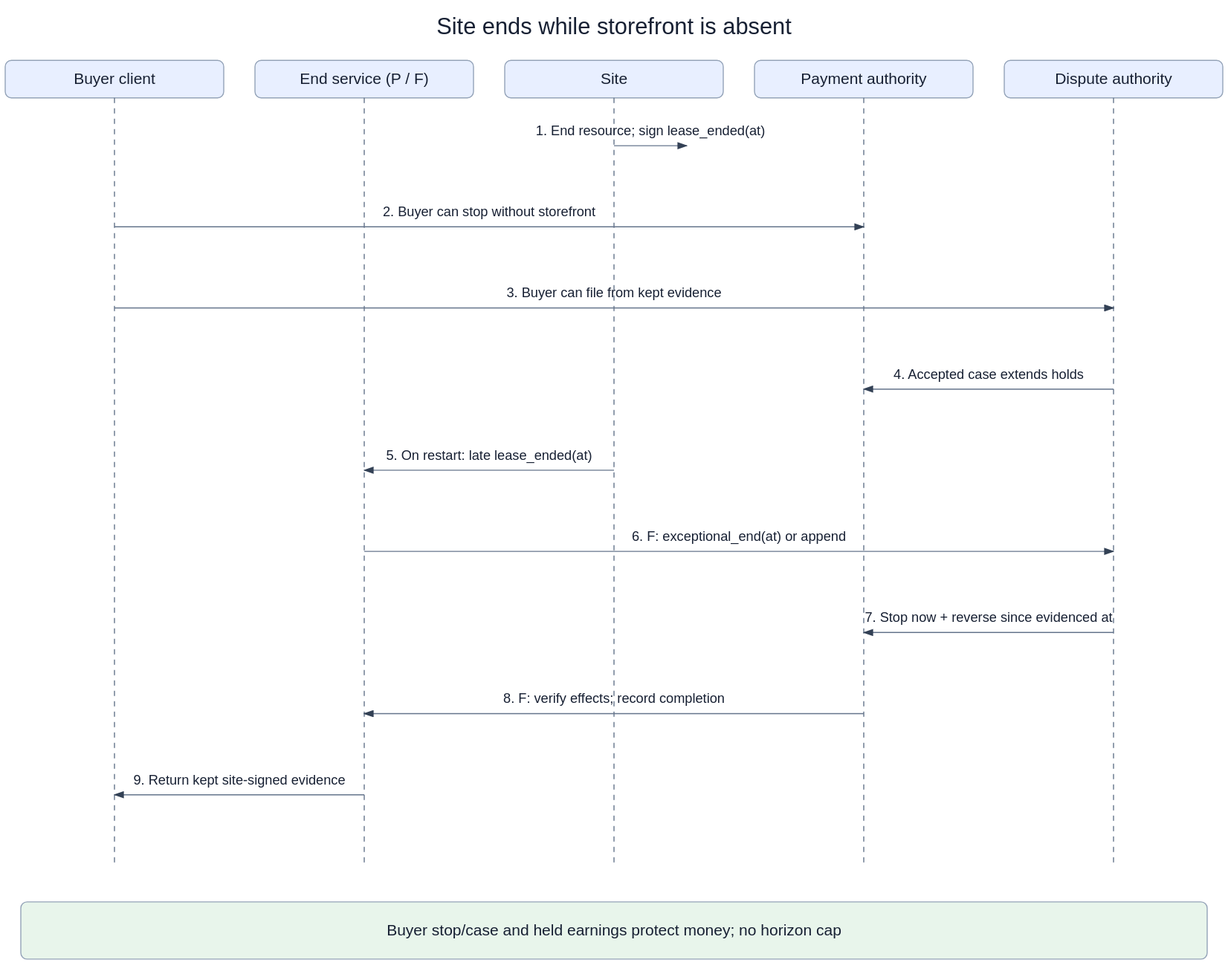
Earlier version of the draw.io export openspec/changes/converge-ongoing-compute-leases/diagrams/02-site-withdraws-storefront-dead.svg (arkhai-io/simple-compute-market). Source tidied: cells renumbered, new cells last; positions are measured from the earlier drawing's top-left corner, leaving out a move shared by most shapes. Source of this version:
```xml
<mxGraphModel>
  <root>
    <mxCell id="0" />
    <mxCell id="1" parent="0" />
    <mxCell id="2" value="Site ends while storefront is absent" style="text;fontSize=22;align=center;" parent="1" vertex="1">
      <mxGeometry x="15" width="1140" height="36" as="geometry" />
    </mxCell>
    <mxCell id="3" value="Buyer client" style="rounded=1;fillColor=#e8efff;fontSize=15;" parent="1" vertex="1">
      <mxGeometry y="48" width="210" height="36" as="geometry" />
    </mxCell>
    <mxCell id="4" style="dashed=1;endArrow=none;strokeColor=#94a3b8;" parent="1" edge="1">
      <mxGeometry relative="1" as="geometry">
        <mxPoint x="105" y="84" as="sourcePoint" />
        <mxPoint x="105" y="822" as="targetPoint" />
      </mxGeometry>
    </mxCell>
    <mxCell id="5" value="End service (P / F)" style="rounded=1;fillColor=#e8efff;fontSize=15;" parent="1" vertex="1">
      <mxGeometry x="240" y="48" width="210" height="36" as="geometry" />
    </mxCell>
    <mxCell id="6" style="dashed=1;endArrow=none;strokeColor=#94a3b8;" parent="1" edge="1">
      <mxGeometry relative="1" as="geometry">
        <mxPoint x="345" y="84" as="sourcePoint" />
        <mxPoint x="345" y="822" as="targetPoint" />
      </mxGeometry>
    </mxCell>
    <mxCell id="7" value="Site" style="rounded=1;fillColor=#e8efff;fontSize=15;" parent="1" vertex="1">
      <mxGeometry x="480" y="48" width="210" height="36" as="geometry" />
    </mxCell>
    <mxCell id="8" style="dashed=1;endArrow=none;strokeColor=#94a3b8;" parent="1" edge="1">
      <mxGeometry relative="1" as="geometry">
        <mxPoint x="585" y="84" as="sourcePoint" />
        <mxPoint x="585" y="822" as="targetPoint" />
      </mxGeometry>
    </mxCell>
    <mxCell id="9" value="Payment authority" style="rounded=1;fillColor=#e8efff;fontSize=15;" parent="1" vertex="1">
      <mxGeometry x="720" y="48" width="210" height="36" as="geometry" />
    </mxCell>
    <mxCell id="10" style="dashed=1;endArrow=none;strokeColor=#94a3b8;" parent="1" edge="1">
      <mxGeometry relative="1" as="geometry">
        <mxPoint x="825" y="84" as="sourcePoint" />
        <mxPoint x="825" y="822" as="targetPoint" />
      </mxGeometry>
    </mxCell>
    <mxCell id="11" value="Dispute authority" style="rounded=1;fillColor=#e8efff;fontSize=15;" parent="1" vertex="1">
      <mxGeometry x="960" y="48" width="210" height="36" as="geometry" />
    </mxCell>
    <mxCell id="12" style="dashed=1;endArrow=none;strokeColor=#94a3b8;" parent="1" edge="1">
      <mxGeometry relative="1" as="geometry">
        <mxPoint x="1065" y="84" as="sourcePoint" />
        <mxPoint x="1065" y="822" as="targetPoint" />
      </mxGeometry>
    </mxCell>
    <mxCell id="13" value="1. End resource; sign lease_ended(at)" style="endArrow=block;fontSize=13;labelBackgroundColor=#ffffff;" parent="1" edge="1">
      <mxGeometry relative="1" as="geometry">
        <mxPoint x="585" y="130" as="sourcePoint" />
        <mxPoint x="655" y="130" as="targetPoint" />
      </mxGeometry>
    </mxCell>
    <mxCell id="14" value="2. Buyer can stop without storefront" style="endArrow=block;fontSize=13;labelBackgroundColor=#ffffff;" parent="1" edge="1">
      <mxGeometry relative="1" as="geometry">
        <mxPoint x="105" y="208" as="sourcePoint" />
        <mxPoint x="825" y="208" as="targetPoint" />
      </mxGeometry>
    </mxCell>
    <mxCell id="15" value="3. Buyer can file from kept evidence" style="endArrow=block;fontSize=13;labelBackgroundColor=#ffffff;" parent="1" edge="1">
      <mxGeometry relative="1" as="geometry">
        <mxPoint x="105" y="286" as="sourcePoint" />
        <mxPoint x="1065" y="286" as="targetPoint" />
      </mxGeometry>
    </mxCell>
    <mxCell id="16" value="4. Accepted case extends holds" style="endArrow=block;fontSize=13;labelBackgroundColor=#ffffff;" parent="1" edge="1">
      <mxGeometry relative="1" as="geometry">
        <mxPoint x="1065" y="364" as="sourcePoint" />
        <mxPoint x="825" y="364" as="targetPoint" />
      </mxGeometry>
    </mxCell>
    <mxCell id="17" value="5. On restart: late lease_ended(at)" style="endArrow=block;fontSize=13;labelBackgroundColor=#ffffff;" parent="1" edge="1">
      <mxGeometry relative="1" as="geometry">
        <mxPoint x="585" y="442" as="sourcePoint" />
        <mxPoint x="345" y="442" as="targetPoint" />
      </mxGeometry>
    </mxCell>
    <mxCell id="18" value="6. F: exceptional_end(at) or append" style="endArrow=block;fontSize=13;labelBackgroundColor=#ffffff;" parent="1" edge="1">
      <mxGeometry relative="1" as="geometry">
        <mxPoint x="345" y="520" as="sourcePoint" />
        <mxPoint x="1065" y="520" as="targetPoint" />
      </mxGeometry>
    </mxCell>
    <mxCell id="19" value="7. Stop now + reverse since evidenced at" style="endArrow=block;fontSize=13;labelBackgroundColor=#ffffff;" parent="1" edge="1">
      <mxGeometry relative="1" as="geometry">
        <mxPoint x="1065" y="598" as="sourcePoint" />
        <mxPoint x="825" y="598" as="targetPoint" />
      </mxGeometry>
    </mxCell>
    <mxCell id="20" value="8. F: verify effects; record completion" style="endArrow=block;fontSize=13;labelBackgroundColor=#ffffff;" parent="1" edge="1">
      <mxGeometry relative="1" as="geometry">
        <mxPoint x="825" y="676" as="sourcePoint" />
        <mxPoint x="345" y="676" as="targetPoint" />
      </mxGeometry>
    </mxCell>
    <mxCell id="21" value="9. Return kept site-signed evidence" style="endArrow=block;fontSize=13;labelBackgroundColor=#ffffff;" parent="1" edge="1">
      <mxGeometry relative="1" as="geometry">
        <mxPoint x="345" y="754" as="sourcePoint" />
        <mxPoint x="105" y="754" as="targetPoint" />
      </mxGeometry>
    </mxCell>
    <mxCell id="22" value="Buyer stop/case and held earnings protect money; no horizon cap" style="rounded=1;fillColor=#e8f5eb;fontSize=15;" parent="1" vertex="1">
      <mxGeometry x="15" y="857" width="1140" height="55" as="geometry" />
    </mxCell>
  </root>
</mxGraphModel>
```
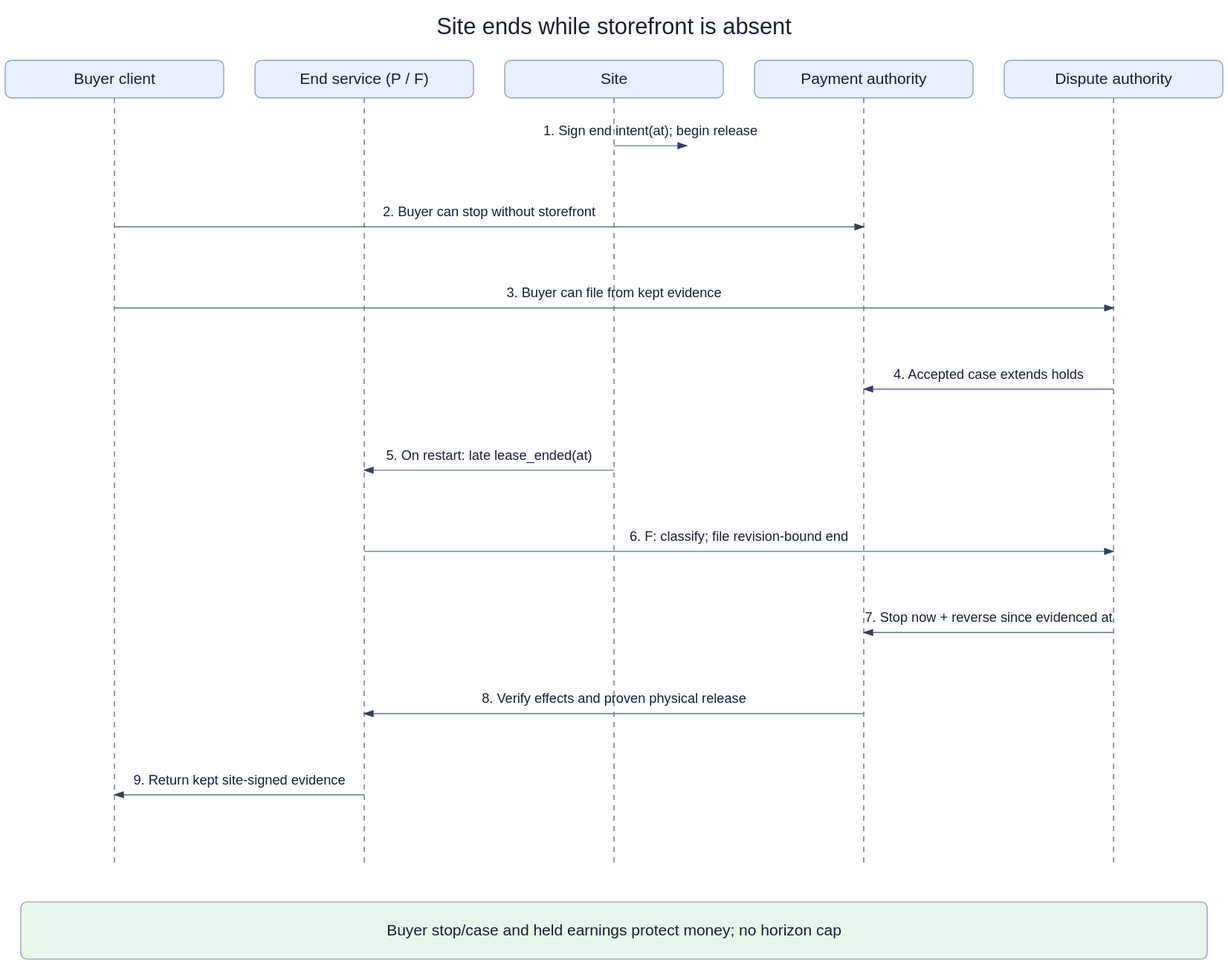
The same diagram one commit later.

The edit, as a diff of the source:
```diff
@@ -50,7 +50,7 @@
         <mxPoint x="1065" y="822" as="targetPoint" />
       </mxGeometry>
     </mxCell>
-    <mxCell id="13" value="1. End resource; sign lease_ended(at)" style="endArrow=block;fontSize=13;labelBackgroundColor=#ffffff;" parent="1" edge="1">
+    <mxCell id="13" value="1. Sign end intent(at); begin release" style="endArrow=block;fontSize=13;labelBackgroundColor=#ffffff;" parent="1" edge="1">
       <mxGeometry relative="1" as="geometry">
         <mxPoint x="585" y="130" as="sourcePoint" />
         <mxPoint x="655" y="130" as="targetPoint" />
@@ -80,7 +80,7 @@
         <mxPoint x="345" y="442" as="targetPoint" />
       </mxGeometry>
     </mxCell>
-    <mxCell id="18" value="6. F: exceptional_end(at) or append" style="endArrow=block;fontSize=13;labelBackgroundColor=#ffffff;" parent="1" edge="1">
+    <mxCell id="18" value="6. F: classify; file revision-bound end" style="endArrow=block;fontSize=13;labelBackgroundColor=#ffffff;" parent="1" edge="1">
       <mxGeometry relative="1" as="geometry">
         <mxPoint x="345" y="520" as="sourcePoint" />
         <mxPoint x="1065" y="520" as="targetPoint" />
@@ -92,7 +92,7 @@
         <mxPoint x="825" y="598" as="targetPoint" />
       </mxGeometry>
     </mxCell>
-    <mxCell id="20" value="8. F: verify effects; record completion" style="endArrow=block;fontSize=13;labelBackgroundColor=#ffffff;" parent="1" edge="1">
+    <mxCell id="20" value="8. Verify effects and proven physical release" style="endArrow=block;fontSize=13;labelBackgroundColor=#ffffff;" parent="1" edge="1">
       <mxGeometry relative="1" as="geometry">
         <mxPoint x="825" y="676" as="sourcePoint" />
         <mxPoint x="345" y="676" as="targetPoint" />
```
